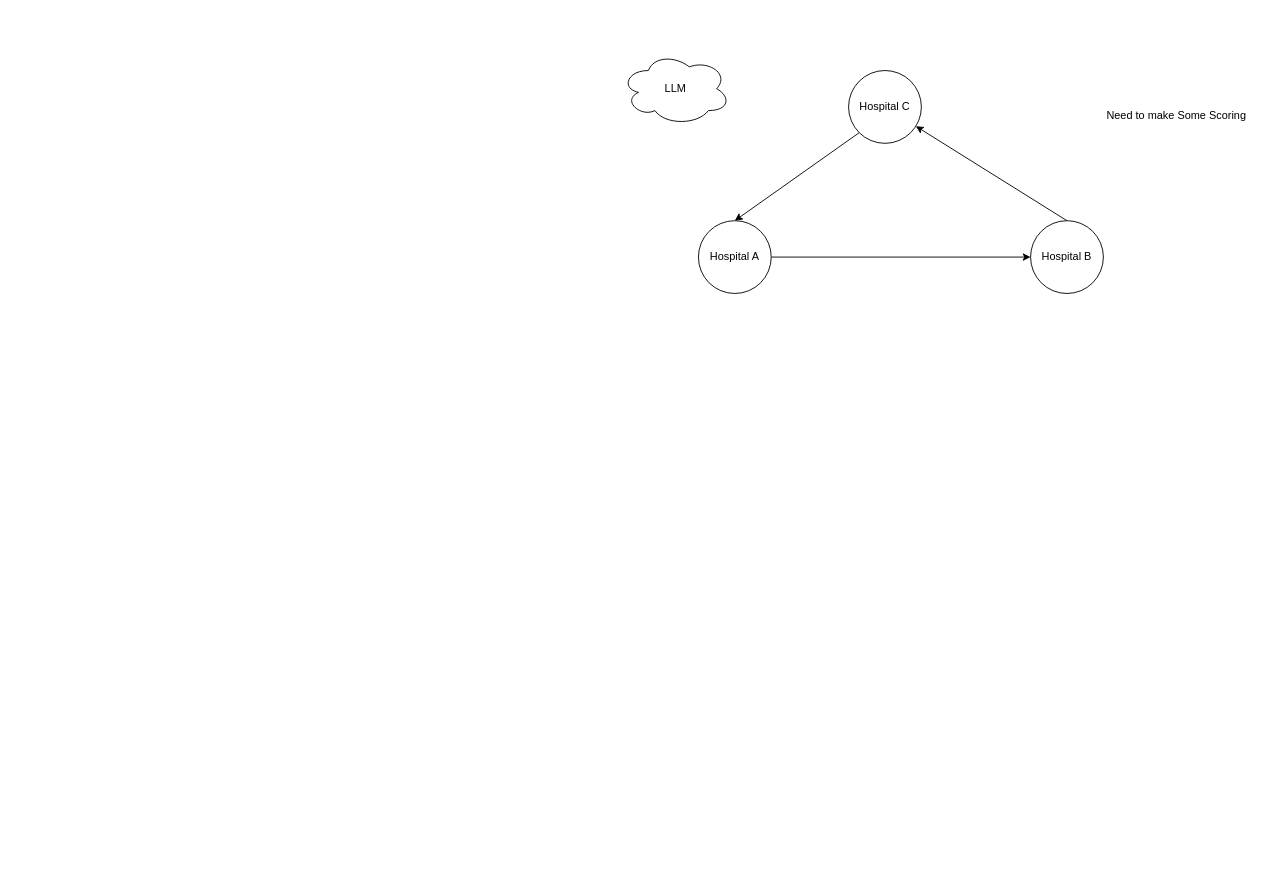
This is page "System Component" (4 of 6) of doc/fRag.drawio from bayesianinstitute/Decentralized-RAG, a draw.io file, before an edit. Source tidied: cells renumbered, new cells numbered last; positions are measured from the earlier drawing's top-left corner, leaving out a move shared by most shapes. Both pictures are drawn from the tidied source at 91%, with x=0, y=0 at pixel (621, 52).
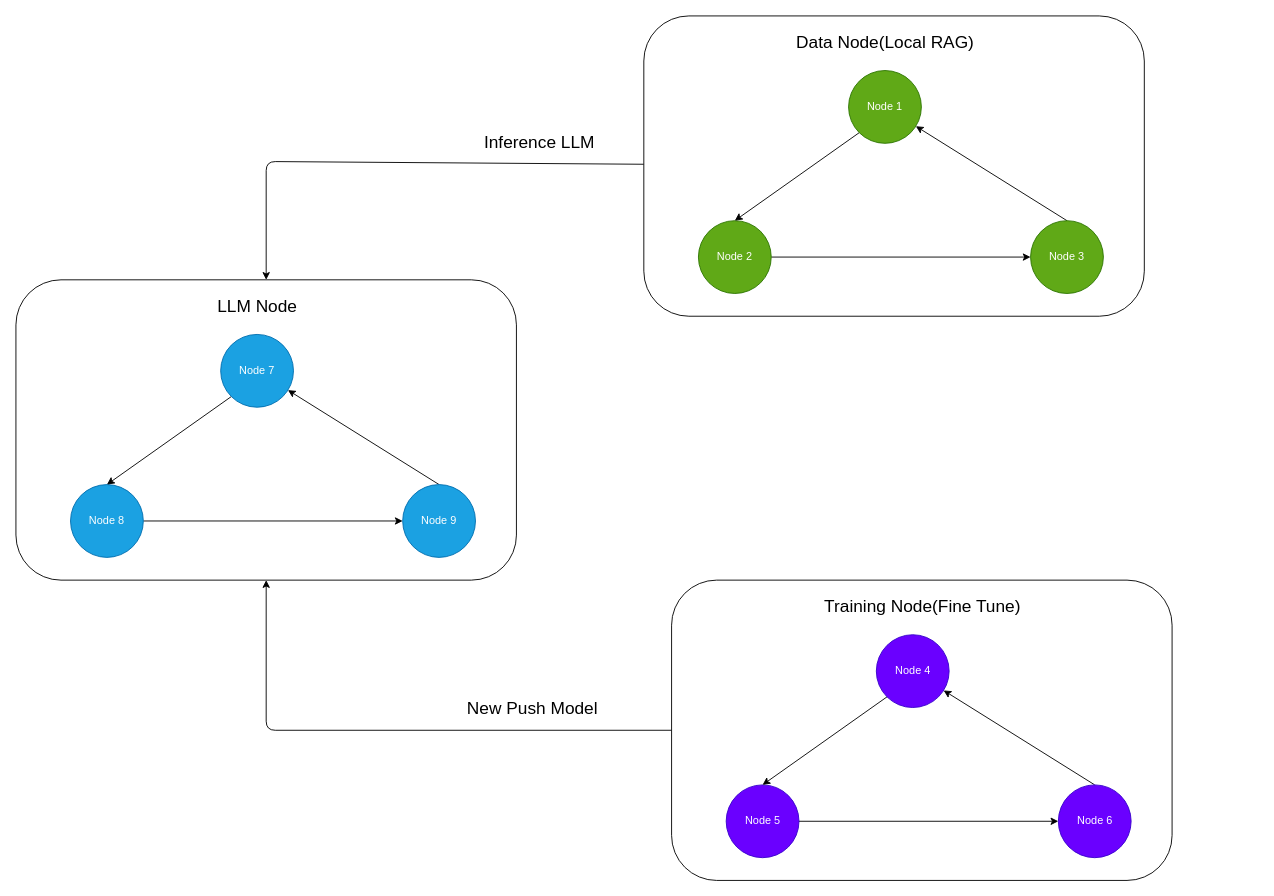
Above is the later version.

Commit message (it also covers changes not shown here):
added node communication for RAG

What changed in the source:
```diff
@@
+    <mxCell id="11" style="edgeStyle=none;html=1;entryX=0.5;entryY=0;entryDx=0;entryDy=0;fontSize=19;" parent="1" edge="1" source="12" target="25">
+      <mxGeometry relative="1" as="geometry">
+        <Array as="points">
+          <mxPoint x="-390" y="120" />
+        </Array>
+      </mxGeometry>
+    </mxCell>
+    <mxCell id="12" style="rounded=1;whiteSpace=wrap;html=1;" parent="1" vertex="1">
+      <mxGeometry x="25" y="-40" width="550" height="330" as="geometry" />
+    </mxCell>
@@
-    <mxCell id="3" value="Hospital A" style="ellipse;whiteSpace=wrap;html=1;" parent="1" vertex="1">
+    <mxCell id="3" value="Node 2" style="ellipse;whiteSpace=wrap;html=1;fillColor=#60a917;fontColor=#ffffff;strokeColor=#2D7600;" parent="1" vertex="1">
       <mxGeometry x="85" y="185" width="80" height="80" as="geometry" />
     </mxCell>
@@
-    <mxCell id="5" value="Hospital B" style="ellipse;whiteSpace=wrap;html=1;" parent="1" vertex="1">
+    <mxCell id="5" value="Node 3" style="ellipse;whiteSpace=wrap;html=1;fillColor=#60a917;fontColor=#ffffff;strokeColor=#2D7600;" parent="1" vertex="1">
       <mxGeometry x="450" y="185" width="80" height="80" as="geometry" />
     </mxCell>
-    <mxCell id="6" value="LLM" style="ellipse;shape=cloud;whiteSpace=wrap;html=1;" parent="1" vertex="1">
-      <mxGeometry width="120" height="80" as="geometry" />
-    </mxCell>
@@
-    <mxCell id="8" value="Hospital C" style="ellipse;whiteSpace=wrap;html=1;" parent="1" vertex="1">
+    <mxCell id="8" value="Node 1" style="ellipse;whiteSpace=wrap;html=1;fillColor=#60a917;fontColor=#ffffff;strokeColor=#2D7600;" parent="1" vertex="1">
       <mxGeometry x="250" y="20" width="80" height="80" as="geometry" />
     </mxCell>
     <mxCell id="9" value="&lt;p style=&quot;box-sizing: border-box; font-size: 14px; line-height: 20px; margin-bottom: 18px; font-family: &amp;quot;Google Sans Text&amp;quot;, &amp;quot;Helvetica Neue&amp;quot;, sans-serif; color: rgb(226, 226, 229); text-align: start; background-color: rgb(26, 28, 30);&quot; class=&quot;ng-star-inserted&quot;&gt;&lt;br&gt;&lt;/p&gt;" style="text;html=1;align=center;verticalAlign=middle;strokeColor=none;fillColor=none;" parent="1" vertex="1">
-      <mxGeometry x="295" y="345" width="20" height="70" as="geometry" />
+      <mxGeometry x="230" y="315" width="20" height="70" as="geometry" />
     </mxCell>
-    <mxCell id="10" value="Need to make Some Scoring" style="text;html=1;align=center;verticalAlign=middle;strokeColor=none;fillColor=none;" parent="1" vertex="1">
-      <mxGeometry x="520" y="55" width="180" height="30" as="geometry" />
-    </mxCell>
+    <mxCell id="13" value="&lt;font style=&quot;font-size: 19px;&quot;&gt;Data Node(Local RAG)&lt;/font&gt;" style="text;html=1;align=center;verticalAlign=middle;strokeColor=none;fillColor=none;" parent="1" vertex="1">
+      <mxGeometry x="180" y="-30" width="220" height="40" as="geometry" />
+    </mxCell>
+    <mxCell id="14" style="edgeStyle=none;html=1;exitX=0;exitY=0.5;exitDx=0;exitDy=0;entryX=0.5;entryY=1;entryDx=0;entryDy=0;fontSize=19;" parent="1" edge="1" source="15" target="25">
+      <mxGeometry relative="1" as="geometry">
+        <Array as="points">
+          <mxPoint x="-390" y="745" />
+        </Array>
+      </mxGeometry>
+    </mxCell>
+    <mxCell id="15" style="rounded=1;whiteSpace=wrap;html=1;" parent="1" vertex="1">
+      <mxGeometry x="55.5" y="580" width="550" height="330" as="geometry" />
+    </mxCell>
+    <mxCell id="16" style="edgeStyle=none;html=1;exitX=1;exitY=0.5;exitDx=0;exitDy=0;entryX=0;entryY=0.5;entryDx=0;entryDy=0;" parent="1" edge="1" source="17" target="19">
+      <mxGeometry relative="1" as="geometry" />
+    </mxCell>
+    <mxCell id="17" value="Node 5" style="ellipse;whiteSpace=wrap;html=1;fillColor=#6a00ff;fontColor=#ffffff;strokeColor=#3700CC;" parent="1" vertex="1">
+      <mxGeometry x="115.5" y="805" width="80" height="80" as="geometry" />
+    </mxCell>
+    <mxCell id="18" style="edgeStyle=none;html=1;exitX=0.5;exitY=0;exitDx=0;exitDy=0;" parent="1" edge="1" source="19" target="21">
+      <mxGeometry relative="1" as="geometry" />
+    </mxCell>
+    <mxCell id="19" value="Node 6" style="ellipse;whiteSpace=wrap;html=1;fillColor=#6a00ff;fontColor=#ffffff;strokeColor=#3700CC;" parent="1" vertex="1">
+      <mxGeometry x="480.5" y="805" width="80" height="80" as="geometry" />
+    </mxCell>
+    <mxCell id="20" style="edgeStyle=none;html=1;exitX=0;exitY=1;exitDx=0;exitDy=0;entryX=0.5;entryY=0;entryDx=0;entryDy=0;" parent="1" edge="1" source="21" target="17">
+      <mxGeometry relative="1" as="geometry" />
+    </mxCell>
+    <mxCell id="21" value="Node 4" style="ellipse;whiteSpace=wrap;html=1;fillColor=#6a00ff;fontColor=#ffffff;strokeColor=#3700CC;" parent="1" vertex="1">
+      <mxGeometry x="280.5" y="640" width="80" height="80" as="geometry" />
+    </mxCell>
+    <mxCell id="22" value="&lt;font style=&quot;font-size: 19px;&quot;&gt;Training Node(Fine Tune)&lt;/font&gt;" style="text;html=1;align=center;verticalAlign=middle;strokeColor=none;fillColor=none;" parent="1" vertex="1">
+      <mxGeometry x="210.5" y="590" width="240" height="40" as="geometry" />
+    </mxCell>
+    <mxCell id="23" value="New Push Model&amp;nbsp;" style="text;html=1;align=center;verticalAlign=middle;strokeColor=none;fillColor=none;fontSize=19;rotation=0;" parent="1" vertex="1">
+      <mxGeometry x="-180" y="702" width="170" height="40" as="geometry" />
+    </mxCell>
+    <mxCell id="24" value="Inference LLM" style="text;html=1;align=center;verticalAlign=middle;strokeColor=none;fillColor=none;fontSize=19;rotation=0;" parent="1" vertex="1">
+      <mxGeometry x="-160" y="80" width="140" height="40" as="geometry" />
+    </mxCell>
+    <mxCell id="25" style="rounded=1;whiteSpace=wrap;html=1;" parent="1" vertex="1">
+      <mxGeometry x="-665" y="250" width="550" height="330" as="geometry" />
+    </mxCell>
+    <mxCell id="26" style="edgeStyle=none;html=1;exitX=1;exitY=0.5;exitDx=0;exitDy=0;entryX=0;entryY=0.5;entryDx=0;entryDy=0;" parent="1" edge="1" source="27" target="29">
+      <mxGeometry relative="1" as="geometry" />
+    </mxCell>
+    <mxCell id="27" value="Node 8" style="ellipse;whiteSpace=wrap;html=1;fillColor=#1ba1e2;fontColor=#ffffff;strokeColor=#006EAF;" parent="1" vertex="1">
+      <mxGeometry x="-605" y="475" width="80" height="80" as="geometry" />
+    </mxCell>
+    <mxCell id="28" style="edgeStyle=none;html=1;exitX=0.5;exitY=0;exitDx=0;exitDy=0;" parent="1" edge="1" source="29" target="31">
+      <mxGeometry relative="1" as="geometry" />
+    </mxCell>
+    <mxCell id="29" value="Node 9" style="ellipse;whiteSpace=wrap;html=1;fillColor=#1ba1e2;fontColor=#ffffff;strokeColor=#006EAF;" parent="1" vertex="1">
+      <mxGeometry x="-240" y="475" width="80" height="80" as="geometry" />
+    </mxCell>
+    <mxCell id="30" style="edgeStyle=none;html=1;exitX=0;exitY=1;exitDx=0;exitDy=0;entryX=0.5;entryY=0;entryDx=0;entryDy=0;" parent="1" edge="1" source="31" target="27">
+      <mxGeometry relative="1" as="geometry" />
+    </mxCell>
+    <mxCell id="31" value="Node 7" style="ellipse;whiteSpace=wrap;html=1;fillColor=#1ba1e2;fontColor=#ffffff;strokeColor=#006EAF;" parent="1" vertex="1">
+      <mxGeometry x="-440" y="310" width="80" height="80" as="geometry" />
+    </mxCell>
+    <mxCell id="32" value="&lt;font style=&quot;font-size: 19px;&quot;&gt;LLM Node&lt;/font&gt;" style="text;html=1;align=center;verticalAlign=middle;strokeColor=none;fillColor=none;" parent="1" vertex="1">
+      <mxGeometry x="-455" y="260" width="110" height="40" as="geometry" />
+    </mxCell>
```
